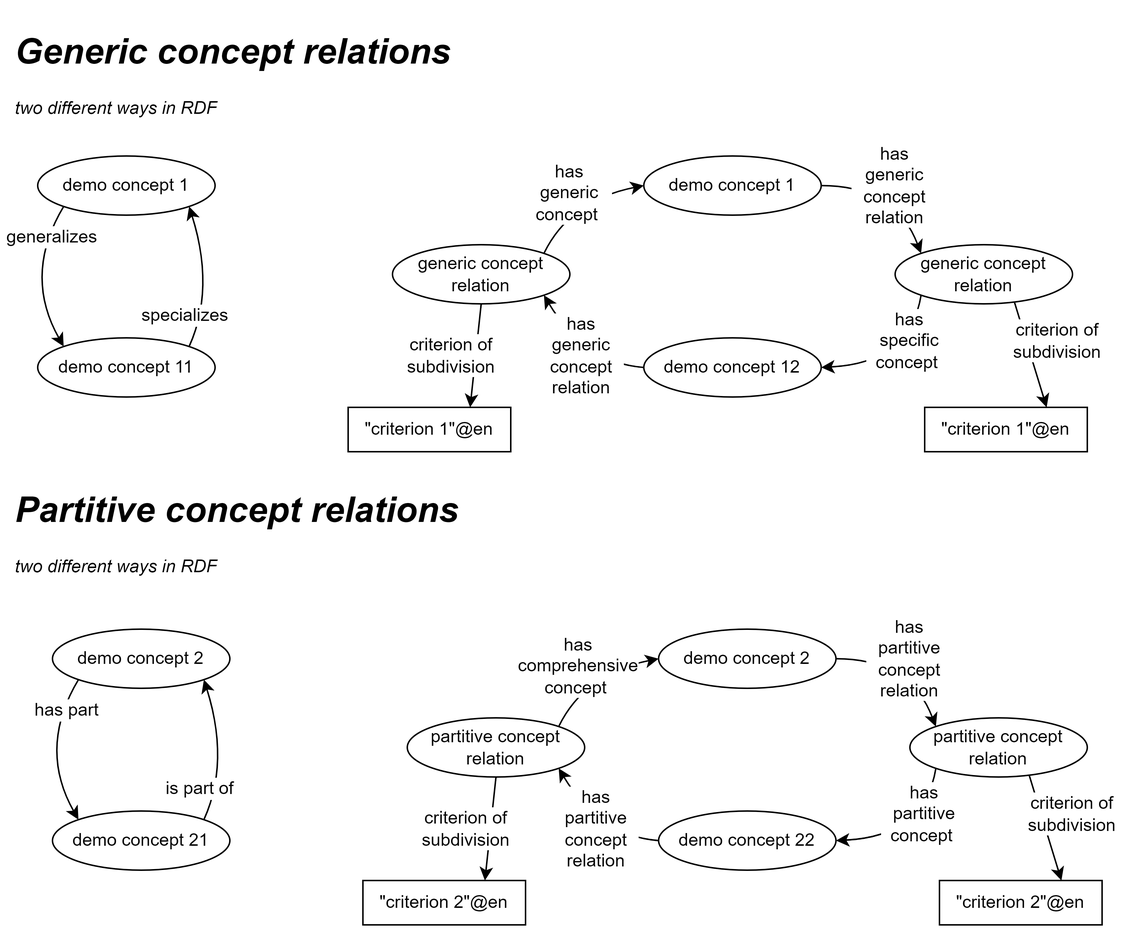
Earlier version of the draw.io export skos-ap-no/images/hierarchical-relations-explanations.png (jimjyang/showroom). Source tidied: cells renumbered, new cells last; positions are measured from the earlier drawing's top-left corner, leaving out a move shared by most shapes. Source of this version:
```xml
<mxGraphModel>
  <root>
    <mxCell id="0" />
    <mxCell id="1" parent="0" />
    <mxCell id="2" style="group;" parent="1" vertex="1">
      <mxGeometry width="740" height="290" as="geometry" />
    </mxCell>
    <mxCell id="3" value="&lt;h1&gt;&lt;i&gt;Generic concept relations&lt;/i&gt;&lt;/h1&gt;&lt;p&gt;&lt;i&gt;two different ways in RDF&lt;/i&gt;&lt;/p&gt;" style="text;html=1;strokeColor=none;fillColor=none;spacing=5;spacingTop=-20;whiteSpace=wrap;overflow=hidden;rounded=0;" parent="2" vertex="1">
      <mxGeometry width="350" height="70" as="geometry" />
    </mxCell>
    <mxCell id="4" style="group;" parent="2" vertex="1">
      <mxGeometry y="90" width="150" height="163" as="geometry" />
    </mxCell>
    <mxCell id="5" value="demo concept 1" style="ellipse;whiteSpace=wrap;html=1;" parent="4" vertex="1">
      <mxGeometry x="20" width="120" height="40" as="geometry" />
    </mxCell>
    <mxCell id="6" value="demo concept 11" style="ellipse;whiteSpace=wrap;html=1;" parent="4" vertex="1">
      <mxGeometry x="20" y="123" width="120" height="40" as="geometry" />
    </mxCell>
    <mxCell id="7" style="endArrow=classic;html=1;exitX=0;exitY=1;exitDx=0;exitDy=0;entryX=0;entryY=0;entryDx=0;entryDy=0;curved=1;" parent="4" edge="1" source="5" target="6">
      <mxGeometry relative="1" as="geometry">
        <Array as="points">
          <mxPoint x="10" y="80" />
        </Array>
      </mxGeometry>
    </mxCell>
    <mxCell id="8" value="generalizes" style="text;html=1;strokeColor=none;fillColor=none;align=center;verticalAlign=middle;whiteSpace=wrap;rounded=0;rotation=0;labelBackgroundColor=default;" parent="4" vertex="1">
      <mxGeometry y="40" width="60" height="30" as="geometry" />
    </mxCell>
    <mxCell id="9" style="endArrow=classic;html=1;curved=1;exitX=1;exitY=0;exitDx=0;exitDy=0;entryX=1;entryY=1;entryDx=0;entryDy=0;" parent="4" edge="1" source="6" target="5">
      <mxGeometry relative="1" as="geometry">
        <Array as="points">
          <mxPoint x="140" y="90" />
        </Array>
      </mxGeometry>
    </mxCell>
    <mxCell id="10" value="specializes" style="text;html=1;strokeColor=none;fillColor=none;align=center;verticalAlign=middle;whiteSpace=wrap;rounded=0;rotation=0;labelBackgroundColor=default;" parent="4" vertex="1">
      <mxGeometry x="90" y="93" width="60" height="30" as="geometry" />
    </mxCell>
    <mxCell id="11" style="group;" parent="2" vertex="1">
      <mxGeometry x="230" y="90" width="510" height="200" as="geometry" />
    </mxCell>
    <mxCell id="12" value="demo concept 1" style="ellipse;whiteSpace=wrap;html=1;" parent="11" vertex="1">
      <mxGeometry x="200" width="120" height="40" as="geometry" />
    </mxCell>
    <mxCell id="13" value="demo concept 12" style="ellipse;whiteSpace=wrap;html=1;" parent="11" vertex="1">
      <mxGeometry x="200" y="123" width="120" height="40" as="geometry" />
    </mxCell>
    <mxCell id="14" value="generic concept relation" style="ellipse;whiteSpace=wrap;html=1;" parent="11" vertex="1">
      <mxGeometry x="370" y="60" width="120" height="40" as="geometry" />
    </mxCell>
    <mxCell id="15" value="generic concept relation" style="ellipse;whiteSpace=wrap;html=1;" parent="11" vertex="1">
      <mxGeometry x="30" y="60" width="120" height="40" as="geometry" />
    </mxCell>
    <mxCell id="16" style="endArrow=classic;html=1;exitX=1;exitY=0.5;exitDx=0;exitDy=0;entryX=0;entryY=0;entryDx=0;entryDy=0;curved=1;" parent="11" edge="1" source="12" target="14">
      <mxGeometry relative="1" as="geometry">
        <Array as="points">
          <mxPoint x="370" y="20" />
        </Array>
      </mxGeometry>
    </mxCell>
    <mxCell id="17" style="endArrow=classic;html=1;entryX=1;entryY=0.5;entryDx=0;entryDy=0;curved=1;exitX=0;exitY=1;exitDx=0;exitDy=0;" parent="11" edge="1" source="14" target="13">
      <mxGeometry relative="1" as="geometry">
        <Array as="points">
          <mxPoint x="380" y="140" />
        </Array>
      </mxGeometry>
    </mxCell>
    <mxCell id="18" style="endArrow=classic;html=1;curved=1;exitX=1;exitY=0;exitDx=0;exitDy=0;entryX=0;entryY=0.5;entryDx=0;entryDy=0;" parent="11" edge="1" source="15" target="12">
      <mxGeometry relative="1" as="geometry">
        <Array as="points">
          <mxPoint x="150" y="30" />
        </Array>
      </mxGeometry>
    </mxCell>
    <mxCell id="19" style="endArrow=classic;html=1;curved=1;entryX=1;entryY=1;entryDx=0;entryDy=0;exitX=0;exitY=0.5;exitDx=0;exitDy=0;" parent="11" edge="1" source="13" target="15">
      <mxGeometry relative="1" as="geometry">
        <Array as="points">
          <mxPoint x="160" y="140" />
        </Array>
      </mxGeometry>
    </mxCell>
    <mxCell id="20" value="has generic concept relation" style="text;html=1;strokeColor=none;fillColor=none;align=center;verticalAlign=middle;whiteSpace=wrap;rounded=0;labelBackgroundColor=default;" parent="11" vertex="1">
      <mxGeometry x="340" y="5" width="60" height="30" as="geometry" />
    </mxCell>
    <mxCell id="21" value="has generic concept relation" style="text;html=1;strokeColor=none;fillColor=none;align=center;verticalAlign=middle;whiteSpace=wrap;rounded=0;labelBackgroundColor=default;" parent="11" vertex="1">
      <mxGeometry x="128" y="120" width="60" height="30" as="geometry" />
    </mxCell>
    <mxCell id="22" value="has specific concept&amp;nbsp;" style="text;html=1;strokeColor=none;fillColor=none;align=center;verticalAlign=middle;whiteSpace=wrap;rounded=0;labelBackgroundColor=default;" parent="11" vertex="1">
      <mxGeometry x="350" y="110" width="60" height="30" as="geometry" />
    </mxCell>
    <mxCell id="23" value="has generic concept&amp;nbsp;" style="text;html=1;strokeColor=none;fillColor=none;align=center;verticalAlign=middle;whiteSpace=wrap;rounded=0;labelBackgroundColor=default;" parent="11" vertex="1">
      <mxGeometry x="120" y="10" width="60" height="30" as="geometry" />
    </mxCell>
    <mxCell id="24" value="&quot;criterion 1&quot;@en" style="rounded=0;whiteSpace=wrap;html=1;labelBackgroundColor=default;" parent="11" vertex="1">
      <mxGeometry x="390" y="170" width="110" height="30" as="geometry" />
    </mxCell>
    <mxCell id="25" value="&quot;criterion 1&quot;@en" style="rounded=0;whiteSpace=wrap;html=1;labelBackgroundColor=default;" parent="11" vertex="1">
      <mxGeometry y="170" width="110" height="30" as="geometry" />
    </mxCell>
    <mxCell id="26" style="endArrow=classic;html=1;curved=1;exitX=0.5;exitY=1;exitDx=0;exitDy=0;entryX=0.75;entryY=0;entryDx=0;entryDy=0;" parent="11" edge="1" source="15" target="25">
      <mxGeometry relative="1" as="geometry" />
    </mxCell>
    <mxCell id="27" style="endArrow=classic;html=1;curved=1;entryX=0.75;entryY=0;entryDx=0;entryDy=0;exitX=0.673;exitY=0.975;exitDx=0;exitDy=0;exitPerimeter=0;" parent="11" edge="1" source="14" target="24">
      <mxGeometry relative="1" as="geometry" />
    </mxCell>
    <mxCell id="28" value="criterion of subdivision" style="text;html=1;strokeColor=none;fillColor=none;align=center;verticalAlign=middle;whiteSpace=wrap;rounded=0;labelBackgroundColor=default;" parent="11" vertex="1">
      <mxGeometry x="450" y="110" width="60" height="30" as="geometry" />
    </mxCell>
    <mxCell id="29" value="criterion of subdivision" style="text;html=1;strokeColor=none;fillColor=none;align=center;verticalAlign=middle;whiteSpace=wrap;rounded=0;labelBackgroundColor=default;" parent="11" vertex="1">
      <mxGeometry x="40" y="120" width="60" height="30" as="geometry" />
    </mxCell>
    <mxCell id="30" style="group;" parent="1" vertex="1">
      <mxGeometry y="310" width="750" height="300" as="geometry" />
    </mxCell>
    <mxCell id="31" value="&lt;h1&gt;&lt;i&gt;Partitive concept relations&lt;/i&gt;&lt;/h1&gt;&lt;p&gt;&lt;i&gt;two different ways in RDF&lt;/i&gt;&lt;/p&gt;" style="text;html=1;strokeColor=none;fillColor=none;spacing=5;spacingTop=-20;whiteSpace=wrap;overflow=hidden;rounded=0;" parent="30" vertex="1">
      <mxGeometry width="350" height="70" as="geometry" />
    </mxCell>
    <mxCell id="32" style="group;" parent="30" vertex="1">
      <mxGeometry x="10" y="100" width="150" height="163" as="geometry" />
    </mxCell>
    <mxCell id="33" value="demo concept 2" style="ellipse;whiteSpace=wrap;html=1;" parent="32" vertex="1">
      <mxGeometry x="20" width="120" height="40" as="geometry" />
    </mxCell>
    <mxCell id="34" value="demo concept 21" style="ellipse;whiteSpace=wrap;html=1;" parent="32" vertex="1">
      <mxGeometry x="20" y="123" width="120" height="40" as="geometry" />
    </mxCell>
    <mxCell id="35" style="endArrow=classic;html=1;exitX=0;exitY=1;exitDx=0;exitDy=0;entryX=0;entryY=0;entryDx=0;entryDy=0;curved=1;" parent="32" edge="1" source="33" target="34">
      <mxGeometry relative="1" as="geometry">
        <Array as="points">
          <mxPoint x="10" y="80" />
        </Array>
      </mxGeometry>
    </mxCell>
    <mxCell id="36" value="has part" style="text;html=1;strokeColor=none;fillColor=none;align=center;verticalAlign=middle;whiteSpace=wrap;rounded=0;rotation=0;labelBackgroundColor=default;" parent="32" vertex="1">
      <mxGeometry y="40" width="60" height="30" as="geometry" />
    </mxCell>
    <mxCell id="37" style="endArrow=classic;html=1;curved=1;exitX=1;exitY=0;exitDx=0;exitDy=0;entryX=1;entryY=1;entryDx=0;entryDy=0;" parent="32" edge="1" source="34" target="33">
      <mxGeometry relative="1" as="geometry">
        <Array as="points">
          <mxPoint x="140" y="90" />
        </Array>
      </mxGeometry>
    </mxCell>
    <mxCell id="38" value="is part of" style="text;html=1;strokeColor=none;fillColor=none;align=center;verticalAlign=middle;whiteSpace=wrap;rounded=0;rotation=0;labelBackgroundColor=default;" parent="32" vertex="1">
      <mxGeometry x="90" y="93" width="60" height="30" as="geometry" />
    </mxCell>
    <mxCell id="39" style="group;" parent="30" vertex="1">
      <mxGeometry x="240" y="100" width="510" height="200" as="geometry" />
    </mxCell>
    <mxCell id="40" value="demo concept 2" style="ellipse;whiteSpace=wrap;html=1;" parent="39" vertex="1">
      <mxGeometry x="200" width="120" height="40" as="geometry" />
    </mxCell>
    <mxCell id="41" value="demo concept 22" style="ellipse;whiteSpace=wrap;html=1;" parent="39" vertex="1">
      <mxGeometry x="200" y="123" width="120" height="40" as="geometry" />
    </mxCell>
    <mxCell id="42" value="partitive concept relation" style="ellipse;whiteSpace=wrap;html=1;" parent="39" vertex="1">
      <mxGeometry x="370" y="60" width="120" height="40" as="geometry" />
    </mxCell>
    <mxCell id="43" value="partitive concept relation" style="ellipse;whiteSpace=wrap;html=1;" parent="39" vertex="1">
      <mxGeometry x="30" y="60" width="120" height="40" as="geometry" />
    </mxCell>
    <mxCell id="44" style="endArrow=classic;html=1;exitX=1;exitY=0.5;exitDx=0;exitDy=0;entryX=0;entryY=0;entryDx=0;entryDy=0;curved=1;" parent="39" edge="1" source="40" target="42">
      <mxGeometry relative="1" as="geometry">
        <Array as="points">
          <mxPoint x="370" y="20" />
        </Array>
      </mxGeometry>
    </mxCell>
    <mxCell id="45" style="endArrow=classic;html=1;entryX=1;entryY=0.5;entryDx=0;entryDy=0;curved=1;exitX=0;exitY=1;exitDx=0;exitDy=0;" parent="39" edge="1" source="42" target="41">
      <mxGeometry relative="1" as="geometry">
        <Array as="points">
          <mxPoint x="380" y="140" />
        </Array>
      </mxGeometry>
    </mxCell>
    <mxCell id="46" style="endArrow=classic;html=1;curved=1;exitX=1;exitY=0;exitDx=0;exitDy=0;entryX=0;entryY=0.5;entryDx=0;entryDy=0;" parent="39" edge="1" source="43" target="40">
      <mxGeometry relative="1" as="geometry">
        <Array as="points">
          <mxPoint x="150" y="30" />
        </Array>
      </mxGeometry>
    </mxCell>
    <mxCell id="47" style="endArrow=classic;html=1;curved=1;entryX=1;entryY=1;entryDx=0;entryDy=0;exitX=0;exitY=0.5;exitDx=0;exitDy=0;" parent="39" edge="1" source="41" target="43">
      <mxGeometry relative="1" as="geometry">
        <Array as="points">
          <mxPoint x="160" y="140" />
        </Array>
      </mxGeometry>
    </mxCell>
    <mxCell id="48" value="has partitive concept relation" style="text;html=1;strokeColor=none;fillColor=none;align=center;verticalAlign=middle;whiteSpace=wrap;rounded=0;labelBackgroundColor=default;" parent="39" vertex="1">
      <mxGeometry x="340" y="5" width="60" height="30" as="geometry" />
    </mxCell>
    <mxCell id="49" value="has partitive concept relation" style="text;html=1;strokeColor=none;fillColor=none;align=center;verticalAlign=middle;whiteSpace=wrap;rounded=0;labelBackgroundColor=default;" parent="39" vertex="1">
      <mxGeometry x="128" y="120" width="60" height="30" as="geometry" />
    </mxCell>
    <mxCell id="50" value="has partitive concept&amp;nbsp;" style="text;html=1;strokeColor=none;fillColor=none;align=center;verticalAlign=middle;whiteSpace=wrap;rounded=0;labelBackgroundColor=default;" parent="39" vertex="1">
      <mxGeometry x="350" y="110" width="60" height="30" as="geometry" />
    </mxCell>
    <mxCell id="51" value="has comprehensive concept&amp;nbsp;" style="text;html=1;strokeColor=none;fillColor=none;align=center;verticalAlign=middle;whiteSpace=wrap;rounded=0;labelBackgroundColor=default;" parent="39" vertex="1">
      <mxGeometry x="116" y="10" width="60" height="30" as="geometry" />
    </mxCell>
    <mxCell id="52" value="&quot;criterion 2&quot;@en" style="rounded=0;whiteSpace=wrap;html=1;labelBackgroundColor=default;" parent="39" vertex="1">
      <mxGeometry x="390" y="170" width="110" height="30" as="geometry" />
    </mxCell>
    <mxCell id="53" value="&quot;criterion 2&quot;@en" style="rounded=0;whiteSpace=wrap;html=1;labelBackgroundColor=default;" parent="39" vertex="1">
      <mxGeometry y="170" width="110" height="30" as="geometry" />
    </mxCell>
    <mxCell id="54" style="endArrow=classic;html=1;curved=1;exitX=0.5;exitY=1;exitDx=0;exitDy=0;entryX=0.75;entryY=0;entryDx=0;entryDy=0;" parent="39" edge="1" source="43" target="53">
      <mxGeometry relative="1" as="geometry" />
    </mxCell>
    <mxCell id="55" style="endArrow=classic;html=1;curved=1;entryX=0.75;entryY=0;entryDx=0;entryDy=0;exitX=0.673;exitY=0.975;exitDx=0;exitDy=0;exitPerimeter=0;" parent="39" edge="1" source="42" target="52">
      <mxGeometry relative="1" as="geometry" />
    </mxCell>
    <mxCell id="56" value="criterion of subdivision" style="text;html=1;strokeColor=none;fillColor=none;align=center;verticalAlign=middle;whiteSpace=wrap;rounded=0;labelBackgroundColor=default;" parent="39" vertex="1">
      <mxGeometry x="450" y="110" width="60" height="30" as="geometry" />
    </mxCell>
    <mxCell id="57" value="criterion of subdivision" style="text;html=1;strokeColor=none;fillColor=none;align=center;verticalAlign=middle;whiteSpace=wrap;rounded=0;labelBackgroundColor=default;" parent="39" vertex="1">
      <mxGeometry x="40" y="120" width="60" height="30" as="geometry" />
    </mxCell>
  </root>
</mxGraphModel>
```
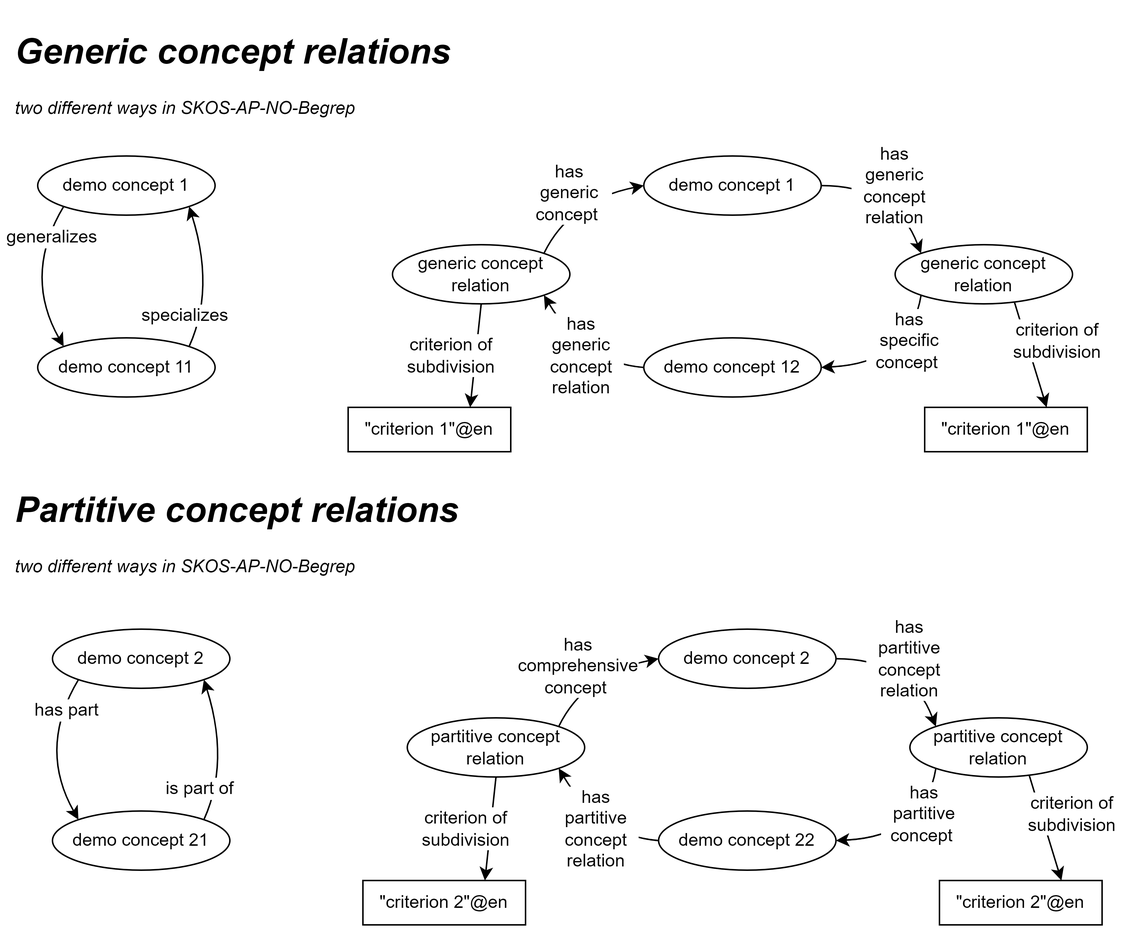
The same diagram one commit later.

Commit message:
skos-ap-no-begrep

What changed in the source:
```diff
@@ -5,7 +5,7 @@
     <mxCell id="2" style="group;" parent="1" vertex="1">
       <mxGeometry width="740" height="290" as="geometry" />
     </mxCell>
-    <mxCell id="3" value="&lt;h1&gt;&lt;i&gt;Generic concept relations&lt;/i&gt;&lt;/h1&gt;&lt;p&gt;&lt;i&gt;two different ways in RDF&lt;/i&gt;&lt;/p&gt;" style="text;html=1;strokeColor=none;fillColor=none;spacing=5;spacingTop=-20;whiteSpace=wrap;overflow=hidden;rounded=0;" parent="2" vertex="1">
+    <mxCell id="3" value="&lt;h1&gt;&lt;i&gt;Generic concept relations&lt;/i&gt;&lt;/h1&gt;&lt;p&gt;&lt;i&gt;two different ways in SKOS-AP-NO-Begrep&lt;/i&gt;&lt;/p&gt;" style="text;html=1;strokeColor=none;fillColor=none;spacing=5;spacingTop=-20;whiteSpace=wrap;overflow=hidden;rounded=0;" parent="2" vertex="1">
       <mxGeometry width="350" height="70" as="geometry" />
     </mxCell>
     <mxCell id="4" style="group;" parent="2" vertex="1">
@@ -113,7 +113,7 @@
     <mxCell id="30" style="group;" parent="1" vertex="1">
       <mxGeometry y="310" width="750" height="300" as="geometry" />
     </mxCell>
-    <mxCell id="31" value="&lt;h1&gt;&lt;i&gt;Partitive concept relations&lt;/i&gt;&lt;/h1&gt;&lt;p&gt;&lt;i&gt;two different ways in RDF&lt;/i&gt;&lt;/p&gt;" style="text;html=1;strokeColor=none;fillColor=none;spacing=5;spacingTop=-20;whiteSpace=wrap;overflow=hidden;rounded=0;" parent="30" vertex="1">
+    <mxCell id="31" value="&lt;h1&gt;&lt;i&gt;Partitive concept relations&lt;/i&gt;&lt;/h1&gt;&lt;p&gt;&lt;i&gt;two different ways in SKOS-AP-NO-Begrep&lt;/i&gt;&lt;/p&gt;" style="text;html=1;strokeColor=none;fillColor=none;spacing=5;spacingTop=-20;whiteSpace=wrap;overflow=hidden;rounded=0;" parent="30" vertex="1">
       <mxGeometry width="350" height="70" as="geometry" />
     </mxCell>
     <mxCell id="32" style="group;" parent="30" vertex="1">
```
